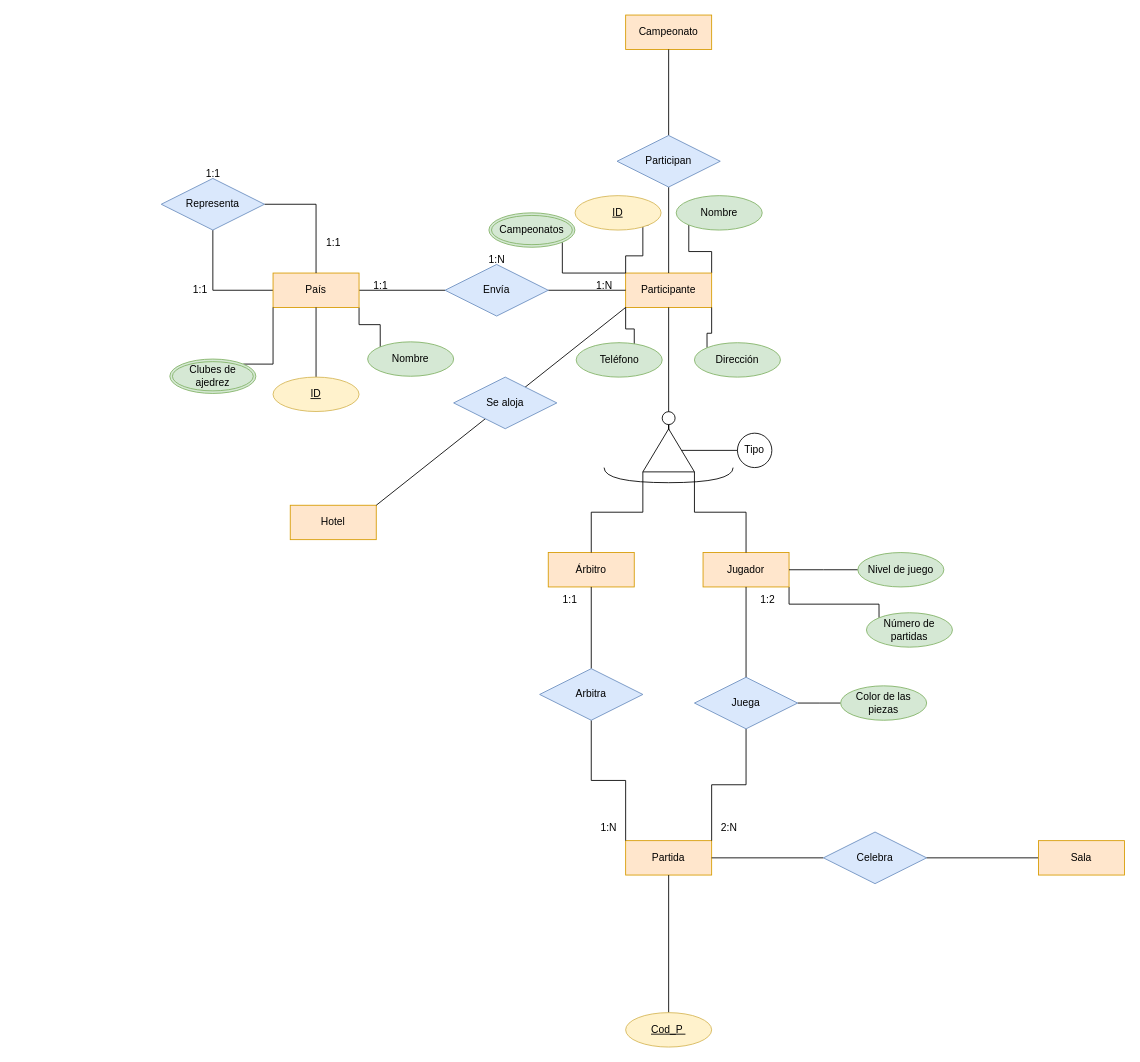
This is Tarea_entregable2.drawio from GRMiguelAngel/Base-Datos, a draw.io file, before an edit. Source tidied: cells renumbered, new cells numbered last; positions are measured from the earlier drawing's top-left corner, leaving out a move shared by most shapes. Both pictures are drawn from the tidied source at 86%, with x=0, y=0 at pixel (161, 15).
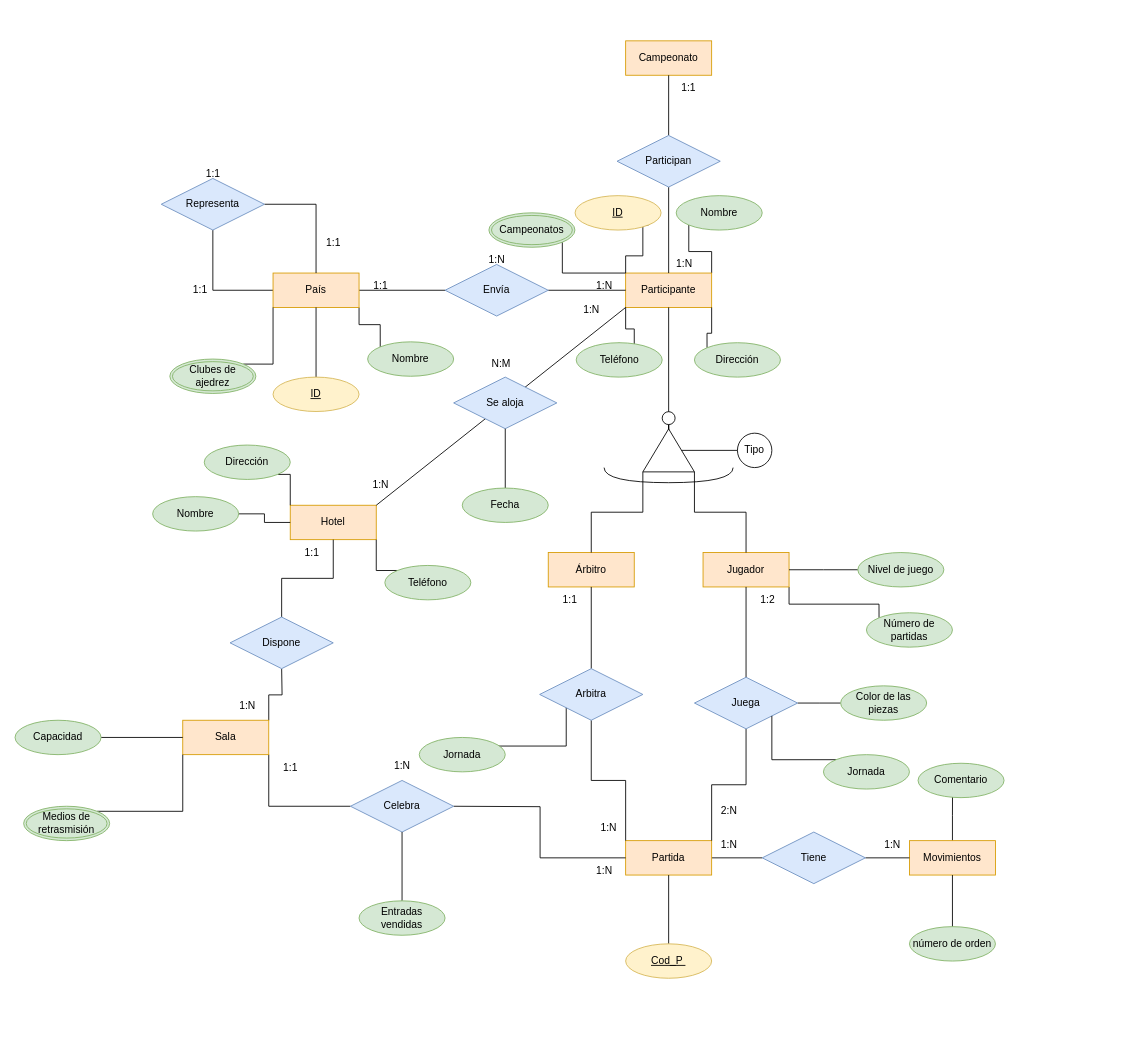
The same diagram, later.

Unchanged cells that the change refers to:
```xml
<mxCell id="12" value="Partida" style="whiteSpace=wrap;html=1;align=center;fillColor=#ffe6cc;strokeColor=#d79b00;" parent="1" vertex="1">
  <mxGeometry x="540" y="960" width="100" height="40" as="geometry" />
</mxCell>
<mxCell id="13" value="Hotel" style="whiteSpace=wrap;html=1;align=center;fillColor=#ffe6cc;strokeColor=#d79b00;" parent="1" vertex="1">
  <mxGeometry x="150" y="570" width="100" height="40" as="geometry" />
</mxCell>
<mxCell id="31" value="Se aloja" style="shape=rhombus;perimeter=rhombusPerimeter;whiteSpace=wrap;html=1;align=center;fillColor=#dae8fc;strokeColor=#6c8ebf;" parent="1" vertex="1">
  <mxGeometry x="340" y="421" width="120" height="60" as="geometry" />
</mxCell>
<mxCell id="63" value="Juega" style="shape=rhombus;perimeter=rhombusPerimeter;whiteSpace=wrap;html=1;align=center;fillColor=#dae8fc;strokeColor=#6c8ebf;" parent="1" vertex="1">
  <mxGeometry x="620" y="770" width="120" height="60" as="geometry" />
</mxCell>
```

What changed in the source:
```diff
@@
+    <mxCell id="73" style="edgeStyle=orthogonalEdgeStyle;rounded=0;orthogonalLoop=1;jettySize=auto;html=1;exitX=0;exitY=1;exitDx=0;exitDy=0;entryX=1;entryY=0;entryDx=0;entryDy=0;endArrow=none;endFill=0;" parent="1" edge="1">
+      <mxGeometry relative="1" as="geometry">
+        <mxPoint x="470.9" y="799.2" as="sourcePoint" />
+        <mxPoint x="381" y="850" as="targetPoint" />
+        <Array as="points">
+          <mxPoint x="471" y="850" />
+        </Array>
+      </mxGeometry>
+    </mxCell>
+    <mxCell id="74" value="Jornada" style="ellipse;whiteSpace=wrap;html=1;align=center;fillColor=#d5e8d4;strokeColor=#82b366;" parent="1" vertex="1">
+      <mxGeometry x="300" y="840" width="100" height="40" as="geometry" />
+    </mxCell>
     <mxCell id="2" value="Campeonato" style="whiteSpace=wrap;html=1;align=center;fillColor=#ffe6cc;strokeColor=#d79b00;" parent="1" vertex="1">
-      <mxGeometry x="540" width="100" height="40" as="geometry" />
+      <mxGeometry x="540" y="30" width="100" height="40" as="geometry" />
     </mxCell>
@@
+    <mxCell id="75" style="edgeStyle=orthogonalEdgeStyle;rounded=0;jettySize=auto;html=1;exitX=1;exitY=0.5;exitDx=0;exitDy=0;entryX=0;entryY=0.5;entryDx=0;entryDy=0;endArrow=none;endFill=0;" parent="1" edge="1" source="12" target="106">
+      <mxGeometry relative="1" as="geometry" />
+    </mxCell>
@@
-    <mxCell id="32" style="edgeStyle=orthogonalEdgeStyle;rounded=0;jettySize=auto;html=1;entryX=1;entryY=0.5;entryDx=0;entryDy=0;endArrow=none;endFill=0;" parent="1" edge="1" source="33" target="12">
-      <mxGeometry relative="1" as="geometry" />
+    <mxCell id="32" style="edgeStyle=orthogonalEdgeStyle;rounded=0;jettySize=auto;html=1;entryX=0;entryY=0.5;entryDx=0;entryDy=0;endArrow=none;endFill=0;" parent="1" edge="1" target="12">
+      <mxGeometry relative="1" as="geometry">
+        <mxPoint x="340" y="920" as="sourcePoint" />
+      </mxGeometry>
     </mxCell>
+    <mxCell id="76" style="edgeStyle=orthogonalEdgeStyle;rounded=0;jettySize=auto;html=1;exitX=0;exitY=0.5;exitDx=0;exitDy=0;entryX=1;entryY=1;entryDx=0;entryDy=0;endArrow=none;endFill=0;" parent="1" edge="1" source="33" target="35">
+      <mxGeometry relative="1" as="geometry" />
+    </mxCell>
+    <mxCell id="77" style="edgeStyle=orthogonalEdgeStyle;rounded=0;orthogonalLoop=1;jettySize=auto;html=1;endArrow=none;endFill=0;" parent="1" edge="1">
+      <mxGeometry relative="1" as="geometry">
+        <mxPoint x="279.4" y="1030" as="sourcePoint" />
+        <mxPoint x="279" y="1040" as="targetPoint" />
+      </mxGeometry>
+    </mxCell>
     <mxCell id="33" value="Celebra" style="shape=rhombus;perimeter=rhombusPerimeter;whiteSpace=wrap;html=1;align=center;fillColor=#dae8fc;strokeColor=#6c8ebf;" parent="1" vertex="1">
-      <mxGeometry x="770" y="950" width="120" height="60" as="geometry" />
+      <mxGeometry x="220" y="890" width="120" height="60" as="geometry" />
     </mxCell>
-    <mxCell id="34" style="edgeStyle=orthogonalEdgeStyle;rounded=0;jettySize=auto;html=1;entryX=1;entryY=0.5;entryDx=0;entryDy=0;endArrow=none;endFill=0;" parent="1" edge="1" source="35" target="33">
-      <mxGeometry relative="1" as="geometry" />
-    </mxCell>
+    <mxCell id="78" style="edgeStyle=orthogonalEdgeStyle;rounded=0;jettySize=auto;html=1;exitX=1;exitY=0;exitDx=0;exitDy=0;endArrow=none;endFill=0;" parent="1" edge="1" source="35">
+      <mxGeometry relative="1" as="geometry">
+        <mxPoint x="140" y="760" as="targetPoint" />
+      </mxGeometry>
+    </mxCell>
     <mxCell id="35" value="Sala" style="whiteSpace=wrap;html=1;align=center;fillColor=#ffe6cc;strokeColor=#d79b00;" parent="1" vertex="1">
-      <mxGeometry x="1020" y="960" width="100" height="40" as="geometry" />
+      <mxGeometry x="25" y="820" width="100" height="40" as="geometry" />
     </mxCell>
@@
     <mxCell id="59" value="Cod_P&amp;nbsp;" style="whiteSpace=wrap;html=1;align=center;shape=ellipse;perimeter=ellipsePerimeter;fontStyle=4;fillColor=#fff2cc;strokeColor=#d6b656;" parent="1" vertex="1">
-      <mxGeometry x="540" y="1160" width="100" height="40" as="geometry" />
+      <mxGeometry x="540" y="1080" width="100" height="40" as="geometry" />
     </mxCell>
@@
     <mxCell id="64" value="2:N" style="text;html=1;align=center;verticalAlign=middle;strokeColor=none;fillColor=none;" parent="1" vertex="1">
-      <mxGeometry x="640" y="930" width="40" height="30" as="geometry" />
+      <mxGeometry x="640" y="910" width="40" height="30" as="geometry" />
     </mxCell>
@@
+    <mxCell id="79" style="edgeStyle=orthogonalEdgeStyle;rounded=0;jettySize=auto;html=1;exitX=0;exitY=0;exitDx=0;exitDy=0;entryX=1;entryY=1;entryDx=0;entryDy=0;endArrow=none;endFill=0;" parent="1" edge="1" source="80" target="63">
+      <mxGeometry relative="1" as="geometry" />
+    </mxCell>
+    <mxCell id="80" value="Jornada" style="ellipse;whiteSpace=wrap;html=1;align=center;fillColor=#d5e8d4;strokeColor=#82b366;" parent="1" vertex="1">
+      <mxGeometry x="770" y="860" width="100" height="40" as="geometry" />
+    </mxCell>
+    <mxCell id="81" style="edgeStyle=orthogonalEdgeStyle;rounded=0;jettySize=auto;html=1;exitX=0.5;exitY=0;exitDx=0;exitDy=0;entryX=0.5;entryY=1;entryDx=0;entryDy=0;endArrow=none;endFill=0;" parent="1" edge="1" source="82" target="13">
+      <mxGeometry relative="1" as="geometry" />
+    </mxCell>
+    <mxCell id="82" value="Dispone" style="shape=rhombus;perimeter=rhombusPerimeter;whiteSpace=wrap;html=1;align=center;fillColor=#dae8fc;strokeColor=#6c8ebf;" parent="1" vertex="1">
+      <mxGeometry x="80" y="700" width="120" height="60" as="geometry" />
+    </mxCell>
+    <mxCell id="83" style="edgeStyle=orthogonalEdgeStyle;rounded=0;jettySize=auto;html=1;entryX=0.5;entryY=1;entryDx=0;entryDy=0;endArrow=none;endFill=0;" parent="1" edge="1" source="84" target="31">
+      <mxGeometry relative="1" as="geometry" />
+    </mxCell>
+    <mxCell id="84" value="Fecha" style="ellipse;whiteSpace=wrap;html=1;align=center;fillColor=#d5e8d4;strokeColor=#82b366;" parent="1" vertex="1">
+      <mxGeometry x="350" y="550" width="100" height="40" as="geometry" />
+    </mxCell>
+    <mxCell id="85" style="edgeStyle=orthogonalEdgeStyle;rounded=0;jettySize=auto;html=1;entryX=0;entryY=0.5;entryDx=0;entryDy=0;endArrow=none;endFill=0;" parent="1" edge="1" source="86" target="13">
+      <mxGeometry relative="1" as="geometry" />
+    </mxCell>
+    <mxCell id="86" value="Nombre" style="ellipse;whiteSpace=wrap;html=1;align=center;fillColor=#d5e8d4;strokeColor=#82b366;" parent="1" vertex="1">
+      <mxGeometry x="-10" y="560" width="100" height="40" as="geometry" />
+    </mxCell>
+    <mxCell id="87" value="1:N" style="text;html=1;align=center;verticalAlign=middle;strokeColor=none;fillColor=none;" parent="1" vertex="1">
+      <mxGeometry x="235" y="531.2" width="40" height="30" as="geometry" />
+    </mxCell>
+    <mxCell id="88" value="1:N" style="text;html=1;align=center;verticalAlign=middle;strokeColor=none;fillColor=none;" parent="1" vertex="1">
+      <mxGeometry x="480" y="328" width="40" height="30" as="geometry" />
+    </mxCell>
+    <mxCell id="89" value="N:M" style="text;html=1;align=center;verticalAlign=middle;strokeColor=none;fillColor=none;" parent="1" vertex="1">
+      <mxGeometry x="370" y="391" width="50" height="30" as="geometry" />
+    </mxCell>
+    <mxCell id="90" style="edgeStyle=orthogonalEdgeStyle;rounded=0;jettySize=auto;html=1;exitX=1;exitY=1;exitDx=0;exitDy=0;entryX=0;entryY=0;entryDx=0;entryDy=0;endArrow=none;endFill=0;" parent="1" edge="1" source="91" target="13">
+      <mxGeometry relative="1" as="geometry" />
+    </mxCell>
+    <mxCell id="91" value="Dirección" style="ellipse;whiteSpace=wrap;html=1;align=center;fillColor=#d5e8d4;strokeColor=#82b366;" parent="1" vertex="1">
+      <mxGeometry x="50" y="500" width="100" height="40" as="geometry" />
+    </mxCell>
+    <mxCell id="92" style="edgeStyle=orthogonalEdgeStyle;rounded=0;jettySize=auto;html=1;exitX=0;exitY=0;exitDx=0;exitDy=0;entryX=1;entryY=1;entryDx=0;entryDy=0;endArrow=none;endFill=0;" parent="1" edge="1" source="93" target="13">
+      <mxGeometry relative="1" as="geometry">
+        <Array as="points">
+          <mxPoint x="250" y="646" />
+        </Array>
+      </mxGeometry>
+    </mxCell>
+    <mxCell id="93" value="Teléfono" style="ellipse;whiteSpace=wrap;html=1;align=center;fillColor=#d5e8d4;strokeColor=#82b366;" parent="1" vertex="1">
+      <mxGeometry x="260" y="640" width="100" height="40" as="geometry" />
+    </mxCell>
+    <mxCell id="94" value="1:1" style="text;html=1;align=center;verticalAlign=middle;strokeColor=none;fillColor=none;" parent="1" vertex="1">
+      <mxGeometry x="130" y="860" width="40" height="30" as="geometry" />
+    </mxCell>
+    <mxCell id="95" value="1:N" style="text;html=1;align=center;verticalAlign=middle;strokeColor=none;fillColor=none;" parent="1" vertex="1">
+      <mxGeometry x="495" y="980" width="40" height="30" as="geometry" />
+    </mxCell>
+    <mxCell id="96" value="1:N" style="text;html=1;align=center;verticalAlign=middle;strokeColor=none;fillColor=none;" parent="1" vertex="1">
+      <mxGeometry x="260" y="858" width="40" height="30" as="geometry" />
+    </mxCell>
+    <mxCell id="97" style="edgeStyle=orthogonalEdgeStyle;rounded=0;jettySize=auto;html=1;endArrow=none;endFill=0;" parent="1" edge="1" source="33" target="98">
+      <mxGeometry relative="1" as="geometry" />
+    </mxCell>
+    <mxCell id="98" value="Entradas vendidas" style="ellipse;whiteSpace=wrap;html=1;align=center;fillColor=#d5e8d4;strokeColor=#82b366;" parent="1" vertex="1">
+      <mxGeometry x="230" y="1030" width="100" height="40" as="geometry" />
+    </mxCell>
+    <mxCell id="99" style="edgeStyle=orthogonalEdgeStyle;rounded=0;jettySize=auto;html=1;exitX=1;exitY=0.5;exitDx=0;exitDy=0;entryX=0;entryY=0.5;entryDx=0;entryDy=0;endArrow=none;endFill=0;" parent="1" edge="1" source="100" target="35">
+      <mxGeometry relative="1" as="geometry" />
+    </mxCell>
+    <mxCell id="100" value="Capacidad" style="ellipse;whiteSpace=wrap;html=1;align=center;fillColor=#d5e8d4;strokeColor=#82b366;" parent="1" vertex="1">
+      <mxGeometry x="-170" y="820" width="100" height="40" as="geometry" />
+    </mxCell>
+    <mxCell id="101" style="edgeStyle=orthogonalEdgeStyle;rounded=0;jettySize=auto;html=1;exitX=1;exitY=0;exitDx=0;exitDy=0;entryX=0;entryY=1;entryDx=0;entryDy=0;endArrow=none;endFill=0;" parent="1" edge="1" source="102" target="35">
+      <mxGeometry relative="1" as="geometry" />
+    </mxCell>
+    <mxCell id="102" value="Medios de retrasmisión" style="whiteSpace=wrap;html=1;align=center;shape=doubleEllipse;perimeter=ellipsePerimeter;margin=3;fillColor=#d5e8d4;strokeColor=#82b366;" parent="1" vertex="1">
+      <mxGeometry x="-160" y="920" width="100" height="40" as="geometry" />
+    </mxCell>
+    <mxCell id="103" style="edgeStyle=orthogonalEdgeStyle;rounded=0;jettySize=auto;html=1;exitX=0.5;exitY=0;exitDx=0;exitDy=0;endArrow=none;endFill=0;" parent="1" edge="1" source="104">
+      <mxGeometry relative="1" as="geometry">
+        <mxPoint x="920.1" y="900" as="targetPoint" />
+      </mxGeometry>
+    </mxCell>
+    <mxCell id="104" value="Movimientos" style="whiteSpace=wrap;html=1;align=center;fillColor=#ffe6cc;strokeColor=#d79b00;" parent="1" vertex="1">
+      <mxGeometry x="870" y="960" width="100" height="40" as="geometry" />
+    </mxCell>
+    <mxCell id="105" style="edgeStyle=orthogonalEdgeStyle;rounded=0;jettySize=auto;html=1;exitX=1;exitY=0.5;exitDx=0;exitDy=0;entryX=0;entryY=0.5;entryDx=0;entryDy=0;endArrow=none;endFill=0;" parent="1" edge="1" source="106" target="104">
+      <mxGeometry relative="1" as="geometry" />
+    </mxCell>
+    <mxCell id="106" value="Tiene" style="shape=rhombus;perimeter=rhombusPerimeter;whiteSpace=wrap;html=1;align=center;fillColor=#dae8fc;strokeColor=#6c8ebf;" parent="1" vertex="1">
+      <mxGeometry x="698.8" y="950" width="120" height="60" as="geometry" />
+    </mxCell>
+    <mxCell id="107" style="edgeStyle=orthogonalEdgeStyle;rounded=0;jettySize=auto;html=1;exitX=0.5;exitY=0;exitDx=0;exitDy=0;entryX=0.5;entryY=1;entryDx=0;entryDy=0;endArrow=none;endFill=0;" parent="1" edge="1" source="108" target="104">
+      <mxGeometry relative="1" as="geometry" />
+    </mxCell>
+    <mxCell id="108" value="número de orden" style="ellipse;whiteSpace=wrap;html=1;align=center;fillColor=#d5e8d4;strokeColor=#82b366;" parent="1" vertex="1">
+      <mxGeometry x="870" y="1060" width="100" height="40" as="geometry" />
+    </mxCell>
+    <mxCell id="109" value="Comentario" style="ellipse;whiteSpace=wrap;html=1;align=center;fillColor=#d5e8d4;strokeColor=#82b366;" parent="1" vertex="1">
+      <mxGeometry x="880" y="870" width="100" height="40" as="geometry" />
+    </mxCell>
+    <mxCell id="110" value="1:N" style="text;html=1;align=center;verticalAlign=middle;strokeColor=none;fillColor=none;" parent="1" vertex="1">
+      <mxGeometry x="830" y="950" width="40" height="30" as="geometry" />
+    </mxCell>
+    <mxCell id="111" value="1:N" style="text;html=1;align=center;verticalAlign=middle;strokeColor=none;fillColor=none;" parent="1" vertex="1">
+      <mxGeometry x="640" y="950" width="40" height="30" as="geometry" />
+    </mxCell>
+    <mxCell id="112" value="1:N" style="text;html=1;align=center;verticalAlign=middle;strokeColor=none;fillColor=none;" parent="1" vertex="1">
+      <mxGeometry x="80" y="788" width="40" height="30" as="geometry" />
+    </mxCell>
+    <mxCell id="113" value="1:1" style="text;html=1;align=center;verticalAlign=middle;strokeColor=none;fillColor=none;" parent="1" vertex="1">
+      <mxGeometry x="155" y="610" width="40" height="30" as="geometry" />
+    </mxCell>
+    <mxCell id="114" value="1:N" style="text;html=1;align=center;verticalAlign=middle;strokeColor=none;fillColor=none;" parent="1" vertex="1">
+      <mxGeometry x="587.5" y="275" width="40" height="30" as="geometry" />
+    </mxCell>
+    <mxCell id="115" value="1:1" style="text;html=1;align=center;verticalAlign=middle;strokeColor=none;fillColor=none;" parent="1" vertex="1">
+      <mxGeometry x="592.5" y="70" width="40" height="30" as="geometry" />
+    </mxCell>
```
